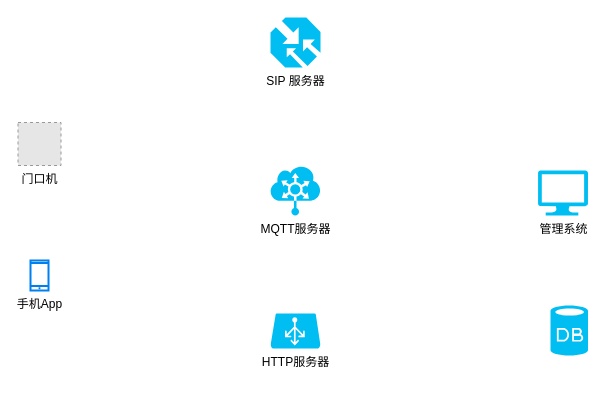
Before: smartdoor.drawio in jeffmacn/myjava, a draw.io diagram. Source tidied: cells renumbered, new cells numbered last; positions are measured from the earlier drawing's top-left corner, leaving out a move shared by most shapes. Both pictures are drawn from the tidied source at 100%, with x=0, y=0 at pixel (18, 17). Pictures stored in the file or linked from it are replaced by grey dashed boxes.
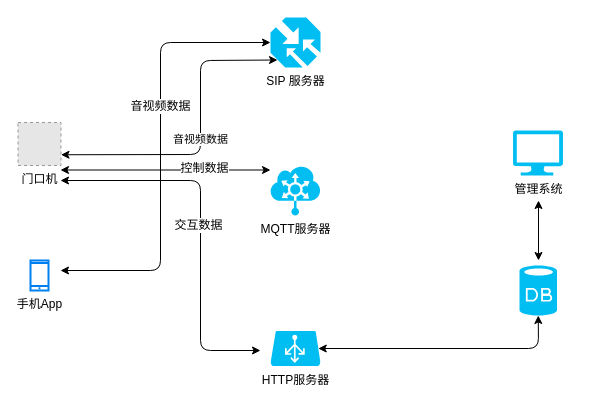
The same page after the edit.

The change refers to these unchanged cells:
```xml
<mxCell id="2" value="门口机" style="fillColor=#E6E6E6;strokeColor=#999999;dashed=1;html=1;verticalAlign=top;verticalLabelPosition=bottom;labelBackgroundColor=#ffffff;" parent="1" vertex="1">
  <mxGeometry x="-0.5" y="105" width="43" height="43" as="geometry" />
</mxCell>
<mxCell id="5" value="SIP 服务器" style="verticalLabelPosition=bottom;html=1;verticalAlign=top;align=center;strokeColor=none;fillColor=#00BEF2;shape=mxgraph.azure.traffic_manager;" parent="1" vertex="1">
  <mxGeometry x="252" width="50" height="50" as="geometry" />
</mxCell>
```

Change to the diagram source:
```diff
@@
     <mxCell id="4" style="verticalLabelPosition=bottom;html=1;verticalAlign=top;align=center;strokeColor=none;fillColor=#00BEF2;shape=mxgraph.azure.database;" parent="1" vertex="1">
-      <mxGeometry x="532" y="288" width="37.5" height="50" as="geometry" />
+      <mxGeometry x="501" y="248" width="37.5" height="50" as="geometry" />
     </mxCell>
@@
     <mxCell id="6" value="HTTP服务器" style="verticalLabelPosition=bottom;html=1;verticalAlign=top;align=center;strokeColor=none;fillColor=#00BEF2;shape=mxgraph.azure.azure_load_balancer;" parent="1" vertex="1">
-      <mxGeometry x="252" y="296" width="50" height="35" as="geometry" />
+      <mxGeometry x="252" y="313.5" width="50" height="35" as="geometry" />
     </mxCell>
@@
     <mxCell id="8" value="管理系统" style="verticalLabelPosition=bottom;html=1;verticalAlign=top;align=center;strokeColor=none;fillColor=#00BEF2;shape=mxgraph.azure.computer;" parent="1" vertex="1">
-      <mxGeometry x="519.5" y="153" width="50" height="45" as="geometry" />
+      <mxGeometry x="494.5" y="113" width="50" height="45" as="geometry" />
     </mxCell>
+    <mxCell id="9" value="音视频数据" style="endArrow=classic;startArrow=classic;html=1;entryX=0.14;entryY=0.85;entryDx=0;entryDy=0;entryPerimeter=0;exitX=1;exitY=0.75;exitDx=0;exitDy=0;" parent="1" edge="1" source="2" target="5">
+      <mxGeometry relative="1" as="geometry">
+        <Array as="points">
+          <mxPoint x="182" y="137" />
+          <mxPoint x="182" y="43" />
+        </Array>
+      </mxGeometry>
+    </mxCell>
+    <mxCell id="10" style="endArrow=classic;startArrow=classic;html=1;" parent="1" edge="1">
+      <mxGeometry relative="1" as="geometry">
+        <mxPoint x="42" y="152.5" as="sourcePoint" />
+        <mxPoint x="252" y="152.5" as="targetPoint" />
+      </mxGeometry>
+    </mxCell>
+    <mxCell id="11" value="控制数据" style="text;html=1;align=center;verticalAlign=middle;labelBackgroundColor=#ffffff;" parent="10" vertex="1">
+      <mxGeometry x="0.36" y="2" relative="1" as="geometry" />
+    </mxCell>
+    <mxCell id="12" style="endArrow=classic;startArrow=classic;html=1;" parent="1" edge="1">
+      <mxGeometry relative="1" as="geometry">
+        <mxPoint x="42" y="163" as="sourcePoint" />
+        <mxPoint x="242" y="333" as="targetPoint" />
+        <Array as="points">
+          <mxPoint x="182" y="163" />
+          <mxPoint x="182" y="333" />
+        </Array>
+      </mxGeometry>
+    </mxCell>
+    <mxCell id="13" value="交互数据" style="text;html=1;align=center;verticalAlign=middle;labelBackgroundColor=#ffffff;" parent="12" vertex="1">
+      <mxGeometry x="-0.26" y="-44" relative="1" as="geometry" />
+    </mxCell>
+    <mxCell id="14" style="endArrow=classic;startArrow=classic;html=1;entryX=0;entryY=0.5;entryDx=0;entryDy=0;entryPerimeter=0;" parent="1" edge="1" target="5">
+      <mxGeometry relative="1" as="geometry">
+        <mxPoint x="42" y="253" as="sourcePoint" />
+        <Array as="points">
+          <mxPoint x="142" y="253" />
+          <mxPoint x="142" y="25" />
+        </Array>
+      </mxGeometry>
+    </mxCell>
+    <mxCell id="15" value="音视频数据" style="text;html=1;align=center;verticalAlign=middle;labelBackgroundColor=#ffffff;" parent="14" vertex="1">
+      <mxGeometry x="0.21" y="1" relative="1" as="geometry" />
+    </mxCell>
+    <mxCell id="16" style="endArrow=classic;startArrow=classic;html=1;exitX=0.955;exitY=0.5;exitDx=0;exitDy=0;exitPerimeter=0;entryX=0.5;entryY=1;entryDx=0;entryDy=0;entryPerimeter=0;" parent="1" edge="1" source="6" target="4">
+      <mxGeometry relative="1" as="geometry">
+        <Array as="points">
+          <mxPoint x="520" y="331" />
+        </Array>
+      </mxGeometry>
+    </mxCell>
+    <mxCell id="17" style="endArrow=classic;startArrow=classic;html=1;" parent="1" edge="1">
+      <mxGeometry relative="1" as="geometry">
+        <mxPoint x="520" y="243" as="sourcePoint" />
+        <mxPoint x="520" y="183" as="targetPoint" />
+      </mxGeometry>
+    </mxCell>
```
